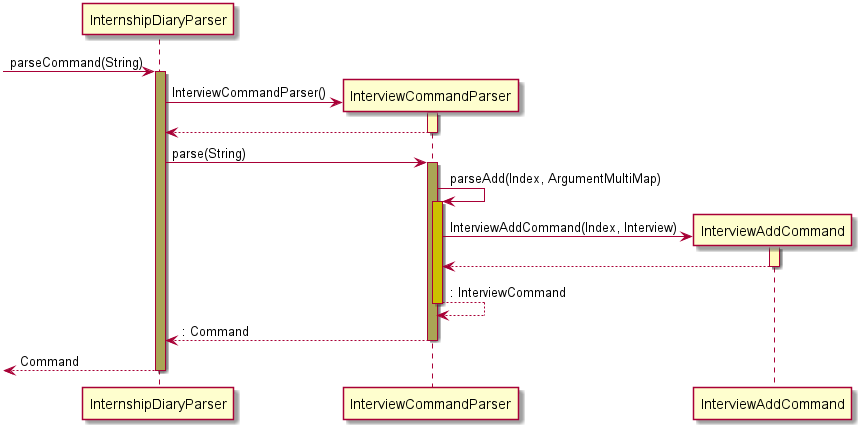
This is images/InterviewCommandSequenceDiagram.png from AY1920S2-CS2103T-F10-2/main, a PlantUML export, as it was before one commit. Source of this version:
```plantuml
@startuml

[-> InternshipDiaryParser : parseCommand(String)
activate InternshipDiaryParser #AAA555

create InterviewCommandParser
InternshipDiaryParser -> InterviewCommandParser : InterviewCommandParser()
activate InterviewCommandParser #FFFBBB
return


InternshipDiaryParser -> InterviewCommandParser : parse(String)
activate InterviewCommandParser #AAA555

InterviewCommandParser -> InterviewCommandParser : parseAdd(Index, ArgumentMultiMap)
activate InterviewCommandParser #CCC000

create InterviewAddCommand
InterviewCommandParser -> InterviewAddCommand : InterviewAddCommand(Index, Interview)
activate InterviewAddCommand #FFFBBB
return

return : InterviewCommand

return : Command

[<-- InternshipDiaryParser : Command
Deactivate InternshipDiaryParser

@enduml
```
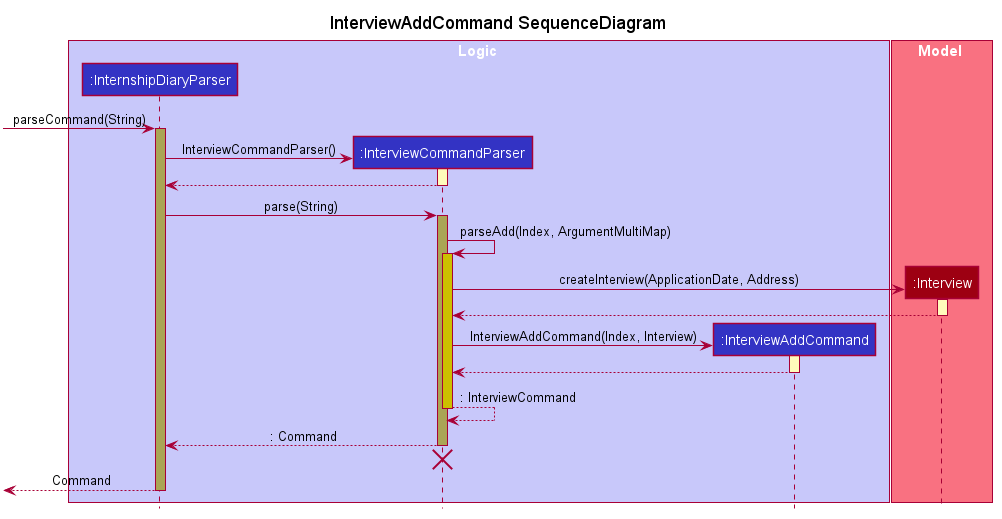
Later version of the same file.

What changed in the source:
```diff
@@ -1,4 +1,67 @@
 @startuml
+
+
+
+
+
+
+
+
+
+skinparam BackgroundColor #FFFFFFF
+
+skinparam Shadowing false
+
+skinparam Class {
+    FontColor #FFFFFF
+    BorderThickness 1
+    BorderColor #FFFFFF
+    StereotypeFontColor #FFFFFF
+    FontName Arial
+}
+
+skinparam Actor {
+    BorderColor #000000
+    Color #000000
+    FontName Arial
+}
+
+skinparam Sequence {
+    MessageAlign center
+    BoxFontSize 15
+    BoxPadding 0
+    BoxFontColor #FFFFFF
+    FontName Arial
+}
+
+skinparam Participant {
+    FontColor #FFFFFFF
+    Padding 20
+}
+
+skinparam MinClassWidth 50
+skinparam ParticipantPadding 10
+skinparam Shadowing false
+skinparam DefaultTextAlignment center
+skinparam packageStyle Rectangle
+
+hide footbox
+hide members
+hide circle
+
+hide footbox
+
+title InterviewAddCommand SequenceDiagram
+
+box Logic #C8C8FA
+participant ":InternshipDiaryParser" as InternshipDiaryParser #3333C4
+participant ":InterviewCommandParser" as InterviewCommandParser #3333C4
+participant ":InterviewAddCommand" as InterviewAddCommand #3333C4
+end box
+
+box Model #F97181
+participant ":Interview" as Interview #9D0012
+end box
 
 [-> InternshipDiaryParser : parseCommand(String)
 activate InternshipDiaryParser #AAA555
@@ -8,12 +71,16 @@
 activate InterviewCommandParser #FFFBBB
 return
 
-
 InternshipDiaryParser -> InterviewCommandParser : parse(String)
 activate InterviewCommandParser #AAA555
 
 InterviewCommandParser -> InterviewCommandParser : parseAdd(Index, ArgumentMultiMap)
 activate InterviewCommandParser #CCC000
+
+create Interview
+InterviewCommandParser -> Interview : createInterview(ApplicationDate, Address)
+activate Interview #FFFBBB
+return
 
 create InterviewAddCommand
 InterviewCommandParser -> InterviewAddCommand : InterviewAddCommand(Index, Interview)
@@ -23,6 +90,8 @@
 return : InterviewCommand
 
 return : Command
+InterviewCommandParser -[hidden]-> InternshipDiaryParser
+destroy InterviewCommandParser
 
 [<-- InternshipDiaryParser : Command
 Deactivate InternshipDiaryParser
```
